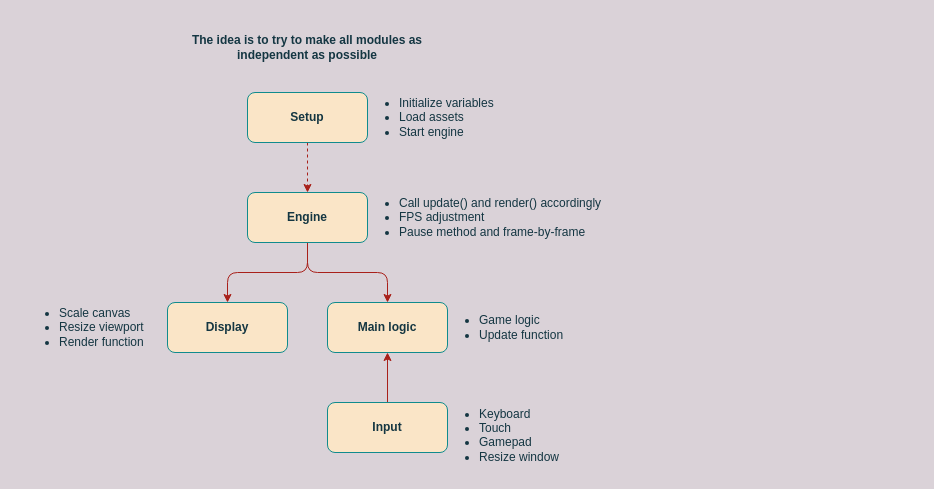
Earlier version of the draw.io diagram Diagram.drawio (carloswunsche/js13k-shmup). Source tidied: cells renumbered, new cells numbered last; positions are measured from the earlier drawing's top-left corner, leaving out a move shared by most shapes. Both pictures are drawn from the tidied source at 100%, with x=0, y=0 at pixel (17, 17).
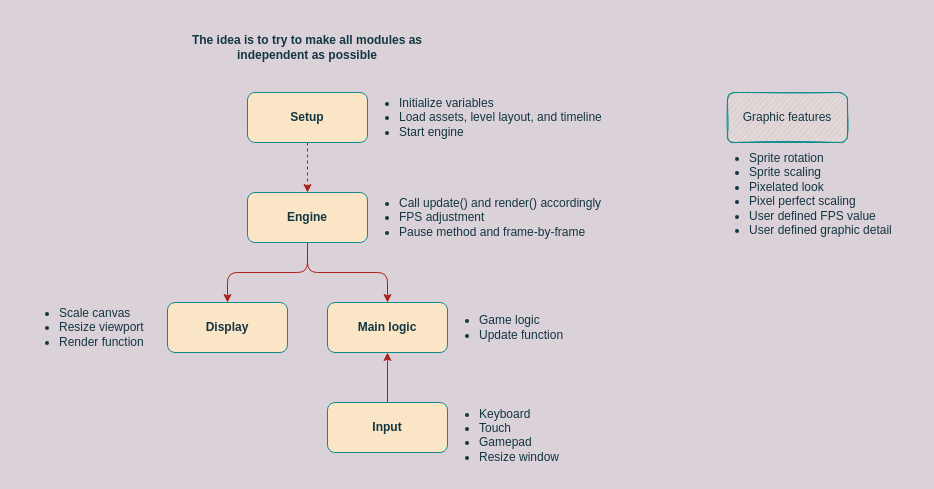
Above is the later version.

Change to the diagram source:
```diff
@@
 <mxGraphModel background="#DAD2D8">
   <root>
     <mxCell id="0" />
     <mxCell id="1" parent="0" />
     <mxCell id="2" style="edgeStyle=orthogonalEdgeStyle;curved=0;rounded=1;sketch=0;jettySize=auto;html=1;exitX=0.5;exitY=1;exitDx=0;exitDy=0;entryX=0.5;entryY=0;entryDx=0;entryDy=0;fontColor=#143642;strokeColor=#A8201A;fillColor=#FAE5C7;labelBackgroundColor=#DAD2D8;" parent="1" edge="1" source="4" target="8">
       <mxGeometry relative="1" as="geometry" />
     </mxCell>
     <mxCell id="3" style="edgeStyle=orthogonalEdgeStyle;curved=0;rounded=1;sketch=0;jettySize=auto;html=1;exitX=0.5;exitY=1;exitDx=0;exitDy=0;entryX=0.5;entryY=0;entryDx=0;entryDy=0;fontColor=#143642;strokeColor=#A8201A;fillColor=#FAE5C7;labelBackgroundColor=#DAD2D8;" parent="1" edge="1" source="4" target="5">
       <mxGeometry relative="1" as="geometry" />
     </mxCell>
     <mxCell id="4" value="&lt;b&gt;Engine&lt;/b&gt;" style="rounded=1;whiteSpace=wrap;html=1;fillColor=#FAE5C7;strokeColor=#0F8B8D;fontColor=#143642;" parent="1" vertex="1">
       <mxGeometry x="230" y="175" width="120" height="50" as="geometry" />
     </mxCell>
     <mxCell id="5" value="&lt;b&gt;Display&lt;/b&gt;" style="rounded=1;whiteSpace=wrap;html=1;fillColor=#FAE5C7;strokeColor=#0F8B8D;fontColor=#143642;" parent="1" vertex="1">
       <mxGeometry x="150" y="285" width="120" height="50" as="geometry" />
     </mxCell>
     <mxCell id="6" style="edgeStyle=orthogonalEdgeStyle;curved=0;rounded=1;sketch=0;jettySize=auto;html=1;exitX=0.5;exitY=0;exitDx=0;exitDy=0;entryX=0.5;entryY=1;entryDx=0;entryDy=0;fontColor=#143642;strokeColor=#A8201A;fillColor=#FAE5C7;" parent="1" edge="1" source="7" target="8">
       <mxGeometry relative="1" as="geometry" />
     </mxCell>
     <mxCell id="7" value="&lt;b&gt;Input&lt;/b&gt;" style="rounded=1;whiteSpace=wrap;html=1;fillColor=#FAE5C7;strokeColor=#0F8B8D;fontColor=#143642;" parent="1" vertex="1">
       <mxGeometry x="310" y="385" width="120" height="50" as="geometry" />
     </mxCell>
     <mxCell id="8" value="&lt;b&gt;Main logic&lt;/b&gt;" style="rounded=1;whiteSpace=wrap;html=1;sketch=0;fontColor=#143642;strokeColor=#0F8B8D;fillColor=#FAE5C7;" parent="1" vertex="1">
       <mxGeometry x="310" y="285" width="120" height="50" as="geometry" />
     </mxCell>
     <mxCell id="9" style="edgeStyle=orthogonalEdgeStyle;curved=0;rounded=1;sketch=0;jettySize=auto;html=1;exitX=0.5;exitY=1;exitDx=0;exitDy=0;entryX=0.5;entryY=0;entryDx=0;entryDy=0;fontColor=#143642;fillColor=#FAE5C7;dashed=1;labelBackgroundColor=#DAD2D8;strokeColor=#A8201A;" parent="1" edge="1" source="10" target="4">
       <mxGeometry relative="1" as="geometry" />
     </mxCell>
     <mxCell id="10" value="&lt;b&gt;Setup&lt;/b&gt;" style="rounded=1;whiteSpace=wrap;html=1;sketch=0;fontColor=#143642;strokeColor=#0F8B8D;fillColor=#FAE5C7;" parent="1" vertex="1">
       <mxGeometry x="230" y="75" width="120" height="50" as="geometry" />
     </mxCell>
     <mxCell id="11" value="&lt;b&gt;The idea is to try to make all modules as independent as possible&lt;/b&gt;" style="text;html=1;strokeColor=none;fillColor=none;align=center;verticalAlign=middle;whiteSpace=wrap;rounded=0;sketch=0;fontColor=#143642;" parent="1" vertex="1">
       <mxGeometry x="165" width="250" height="60" as="geometry" />
     </mxCell>
     <mxCell id="12" value="&lt;ul&gt;&lt;li&gt;Keyboard&lt;/li&gt;&lt;li&gt;Touch&lt;/li&gt;&lt;li&gt;Gamepad&lt;/li&gt;&lt;li&gt;Resize window&lt;/li&gt;&lt;/ul&gt;" style="text;strokeColor=none;fillColor=none;html=1;whiteSpace=wrap;verticalAlign=middle;overflow=hidden;rounded=0;sketch=0;fontColor=#143642;" parent="1" vertex="1">
       <mxGeometry x="420" y="375" width="140" height="80" as="geometry" />
     </mxCell>
-    <mxCell id="13" value="&lt;ul&gt;&lt;li&gt;&lt;span style=&quot;text-align: center&quot;&gt;Initialize variables&lt;/span&gt;&lt;/li&gt;&lt;li&gt;&lt;span style=&quot;text-align: center&quot;&gt;Load assets&lt;/span&gt;&lt;/li&gt;&lt;li&gt;&lt;span style=&quot;text-align: center&quot;&gt;Start engine&lt;/span&gt;&lt;br&gt;&lt;/li&gt;&lt;/ul&gt;" style="text;strokeColor=none;fillColor=none;html=1;whiteSpace=wrap;verticalAlign=middle;overflow=hidden;rounded=0;sketch=0;fontColor=#143642;" parent="1" vertex="1">
-      <mxGeometry x="340" y="60" width="140" height="80" as="geometry" />
+    <mxCell id="13" value="&lt;ul&gt;&lt;li&gt;&lt;span style=&quot;text-align: center&quot;&gt;Initialize variables&lt;/span&gt;&lt;/li&gt;&lt;li&gt;&lt;span style=&quot;text-align: center&quot;&gt;Load assets, level layout, and timeline&lt;/span&gt;&lt;/li&gt;&lt;li&gt;&lt;span style=&quot;text-align: center&quot;&gt;Start engine&lt;/span&gt;&lt;br&gt;&lt;/li&gt;&lt;/ul&gt;" style="text;strokeColor=none;fillColor=none;html=1;whiteSpace=wrap;verticalAlign=middle;overflow=hidden;rounded=0;sketch=0;fontColor=#143642;" parent="1" vertex="1">
+      <mxGeometry x="340" y="60" width="280" height="80" as="geometry" />
     </mxCell>
     <mxCell id="14" value="&lt;ul&gt;&lt;li&gt;Call update() and render() accordingly&lt;/li&gt;&lt;li&gt;FPS adjustment&lt;/li&gt;&lt;li&gt;Pause method and frame-by-frame&lt;/li&gt;&lt;/ul&gt;" style="text;strokeColor=none;fillColor=none;html=1;whiteSpace=wrap;verticalAlign=middle;overflow=hidden;rounded=0;sketch=0;fontColor=#143642;" parent="1" vertex="1">
       <mxGeometry x="340" y="160" width="260" height="80" as="geometry" />
     </mxCell>
     <mxCell id="15" value="&lt;ul&gt;&lt;li&gt;Game logic&lt;/li&gt;&lt;li&gt;Update function&lt;/li&gt;&lt;/ul&gt;" style="text;strokeColor=none;fillColor=none;html=1;whiteSpace=wrap;verticalAlign=middle;overflow=hidden;rounded=0;sketch=0;fontColor=#143642;" parent="1" vertex="1">
       <mxGeometry x="420" y="270" width="130" height="80" as="geometry" />
     </mxCell>
     <mxCell id="16" value="&lt;ul&gt;&lt;li&gt;Scale canvas&lt;/li&gt;&lt;li&gt;Resize viewport&lt;/li&gt;&lt;li&gt;Render function&lt;/li&gt;&lt;/ul&gt;" style="text;strokeColor=none;fillColor=none;html=1;whiteSpace=wrap;verticalAlign=middle;overflow=hidden;rounded=0;sketch=0;fontColor=#143642;" parent="1" vertex="1">
       <mxGeometry y="270" width="140" height="80" as="geometry" />
     </mxCell>
+    <mxCell id="17" value="Graphic features" style="rounded=1;whiteSpace=wrap;html=1;sketch=1;fontColor=#143642;strokeColor=#0F8B8D;fillColor=#FAE5C7;shadow=0;glass=0;" parent="1" vertex="1">
+      <mxGeometry x="710" y="75" width="120" height="50" as="geometry" />
+    </mxCell>
+    <mxCell id="18" value="&lt;ul&gt;&lt;li&gt;Sprite rotation&lt;/li&gt;&lt;li&gt;Sprite scaling&lt;/li&gt;&lt;li&gt;Pixelated look&lt;/li&gt;&lt;li&gt;Pixel perfect scaling&lt;/li&gt;&lt;li&gt;User defined FPS value&lt;/li&gt;&lt;li&gt;User defined graphic detail&lt;/li&gt;&lt;/ul&gt;" style="text;strokeColor=none;fillColor=none;html=1;verticalAlign=top;overflow=hidden;rounded=0;shadow=0;glass=0;sketch=1;fontColor=#143642;horizontal=1;labelPosition=center;verticalLabelPosition=middle;align=left;spacing=2;" parent="1" vertex="1">
+      <mxGeometry x="690" y="115" width="210" height="190" as="geometry" />
+    </mxCell>
   </root>
 </mxGraphModel>
```
